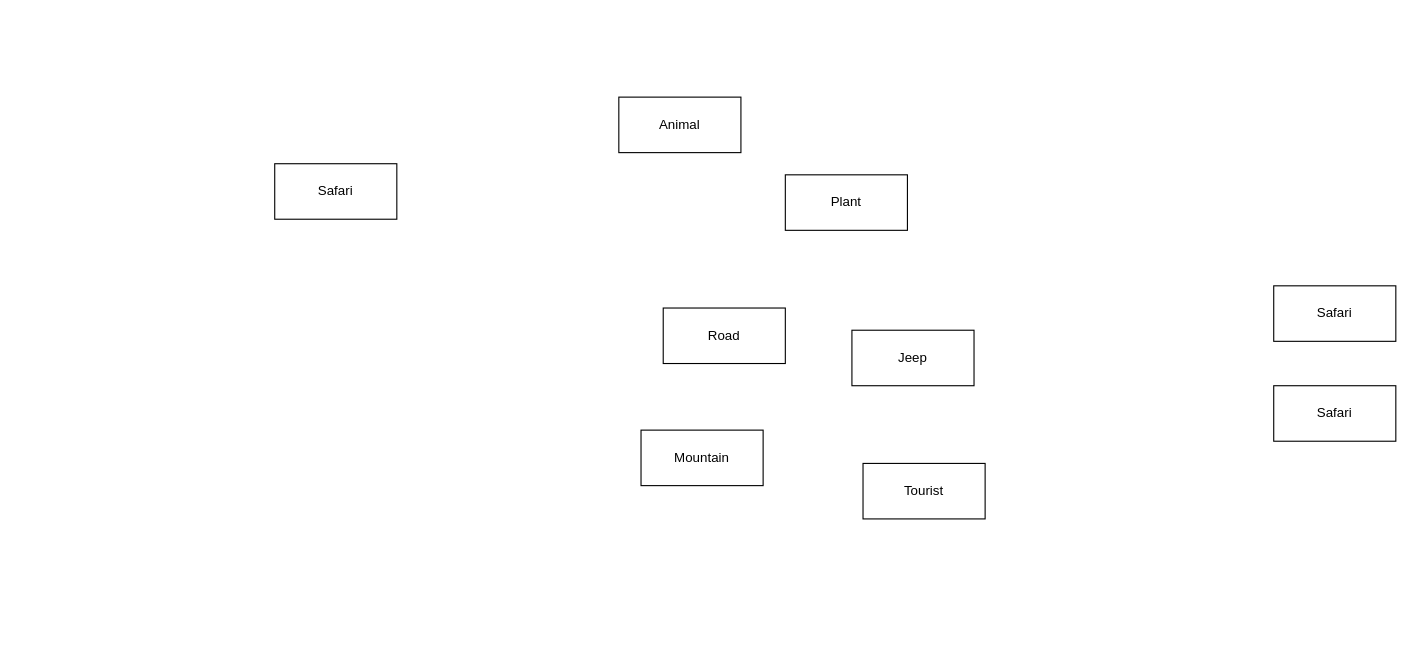
This is Soft tech uml database Diagram.drawio from summertx/uml, a draw.io file, before an edit. Source tidied: cells renumbered, new cells numbered last; positions are measured from the earlier drawing's top-left corner, leaving out a move shared by most shapes. Both pictures are drawn from the tidied source at 111%, with x=0, y=0 at pixel (274, 97).
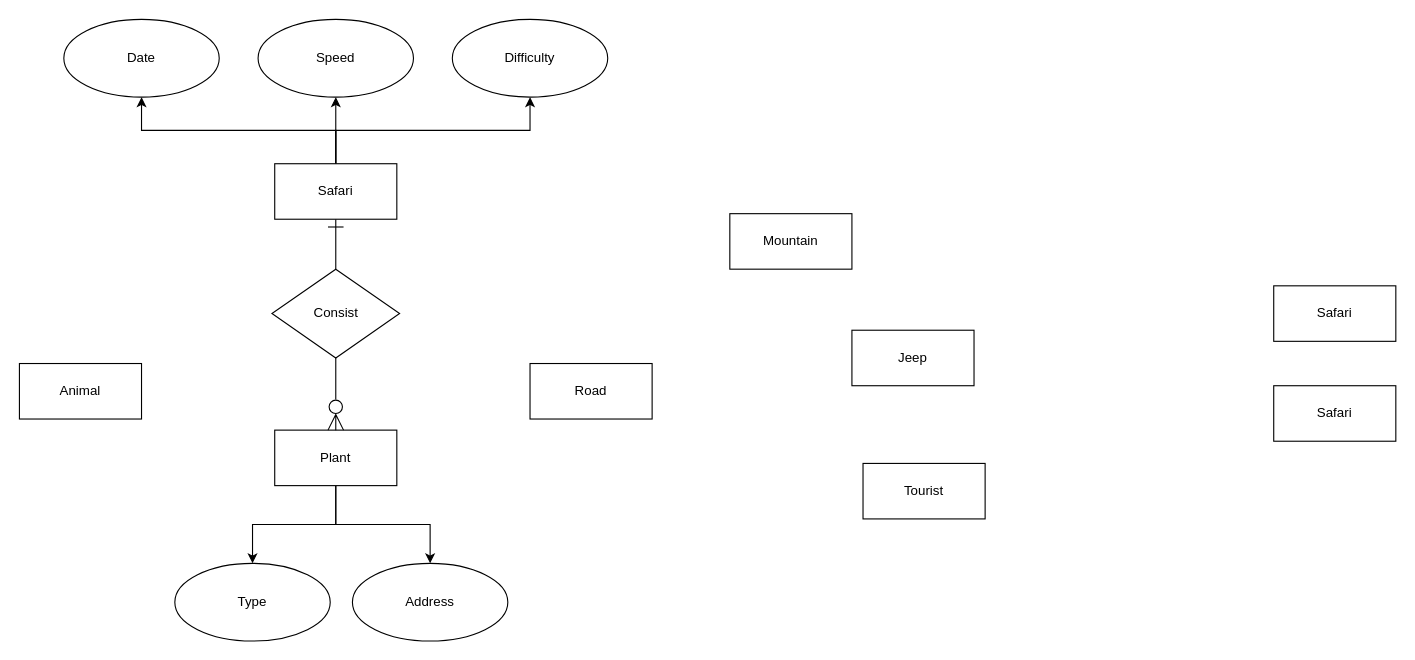
After the change.

The change refers to these unchanged cells:
```xml
<mxCell id="2" value="Safari" style="html=1;whiteSpace=wrap;" parent="1" vertex="1">
  <mxGeometry y="60" width="110" height="50" as="geometry" />
</mxCell>
```

Diff of the diagram source:
```diff
@@
+    <mxCell id="11" style="edgeStyle=orthogonalEdgeStyle;rounded=0;jettySize=auto;html=1;exitX=0.5;exitY=0;exitDx=0;exitDy=0;entryX=0.5;entryY=1;entryDx=0;entryDy=0;" parent="1" edge="1" source="2" target="17">
+      <mxGeometry relative="1" as="geometry" />
+    </mxCell>
+    <mxCell id="12" style="edgeStyle=orthogonalEdgeStyle;rounded=0;jettySize=auto;html=1;exitX=0.5;exitY=0;exitDx=0;exitDy=0;entryX=0.5;entryY=1;entryDx=0;entryDy=0;" parent="1" edge="1" source="2" target="18">
+      <mxGeometry relative="1" as="geometry" />
+    </mxCell>
+    <mxCell id="13" style="edgeStyle=orthogonalEdgeStyle;rounded=0;jettySize=auto;html=1;exitX=0.5;exitY=0;exitDx=0;exitDy=0;entryX=0.5;entryY=1;entryDx=0;entryDy=0;" parent="1" edge="1" source="2" target="19">
+      <mxGeometry relative="1" as="geometry" />
+    </mxCell>
+    <mxCell id="14" style="edgeStyle=orthogonalEdgeStyle;rounded=0;jettySize=auto;html=1;exitX=0.5;exitY=1;exitDx=0;exitDy=0;entryX=0.5;entryY=0;entryDx=0;entryDy=0;endArrow=none;startFill=0;startArrow=ERone;endSize=12;startSize=12;" parent="1" edge="1" source="2" target="21">
+      <mxGeometry relative="1" as="geometry" />
+    </mxCell>
@@
     <mxCell id="3" value="Animal" style="html=1;whiteSpace=wrap;" parent="1" vertex="1">
-      <mxGeometry x="310" width="110" height="50" as="geometry" />
+      <mxGeometry x="-230" y="240" width="110" height="50" as="geometry" />
     </mxCell>
     <mxCell id="4" value="Road" style="html=1;whiteSpace=wrap;" parent="1" vertex="1">
-      <mxGeometry x="350" y="190" width="110" height="50" as="geometry" />
+      <mxGeometry x="230" y="240" width="110" height="50" as="geometry" />
     </mxCell>
     <mxCell id="5" value="Mountain" style="html=1;whiteSpace=wrap;" parent="1" vertex="1">
-      <mxGeometry x="330" y="300" width="110" height="50" as="geometry" />
+      <mxGeometry x="410" y="105" width="110" height="50" as="geometry" />
     </mxCell>
@@
+    <mxCell id="15" style="edgeStyle=orthogonalEdgeStyle;rounded=0;jettySize=auto;html=1;exitX=0.5;exitY=1;exitDx=0;exitDy=0;entryX=0.5;entryY=0;entryDx=0;entryDy=0;" parent="1" edge="1" source="8" target="22">
+      <mxGeometry relative="1" as="geometry" />
+    </mxCell>
+    <mxCell id="16" style="edgeStyle=orthogonalEdgeStyle;rounded=0;jettySize=auto;html=1;exitX=0.5;exitY=1;exitDx=0;exitDy=0;entryX=0.5;entryY=0;entryDx=0;entryDy=0;" parent="1" edge="1" source="8" target="23">
+      <mxGeometry relative="1" as="geometry" />
+    </mxCell>
     <mxCell id="8" value="Plant" style="html=1;whiteSpace=wrap;" parent="1" vertex="1">
-      <mxGeometry x="460" y="70" width="110" height="50" as="geometry" />
+      <mxGeometry y="300" width="110" height="50" as="geometry" />
     </mxCell>
@@
+    <mxCell id="17" value="Date" style="ellipse;whiteSpace=wrap;html=1;" parent="1" vertex="1">
+      <mxGeometry x="-190" y="-70" width="140" height="70" as="geometry" />
+    </mxCell>
+    <mxCell id="18" value="Speed" style="ellipse;whiteSpace=wrap;html=1;" parent="1" vertex="1">
+      <mxGeometry x="-15" y="-70" width="140" height="70" as="geometry" />
+    </mxCell>
+    <mxCell id="19" value="Difficulty" style="ellipse;whiteSpace=wrap;html=1;" parent="1" vertex="1">
+      <mxGeometry x="160" y="-70" width="140" height="70" as="geometry" />
+    </mxCell>
+    <mxCell id="20" style="edgeStyle=orthogonalEdgeStyle;rounded=0;jettySize=auto;html=1;exitX=0.5;exitY=1;exitDx=0;exitDy=0;entryX=0.5;entryY=0;entryDx=0;entryDy=0;endArrow=ERzeroToMany;startFill=0;endFill=0;endSize=12;" parent="1" edge="1" source="21" target="8">
+      <mxGeometry relative="1" as="geometry" />
+    </mxCell>
+    <mxCell id="21" value="Consist" style="rhombus;whiteSpace=wrap;html=1;" parent="1" vertex="1">
+      <mxGeometry x="-2.5" y="155" width="115" height="80" as="geometry" />
+    </mxCell>
+    <mxCell id="22" value="Type" style="ellipse;whiteSpace=wrap;html=1;" parent="1" vertex="1">
+      <mxGeometry x="-90" y="420" width="140" height="70" as="geometry" />
+    </mxCell>
+    <mxCell id="23" value="Address" style="ellipse;whiteSpace=wrap;html=1;" parent="1" vertex="1">
+      <mxGeometry x="70" y="420" width="140" height="70" as="geometry" />
+    </mxCell>
```
